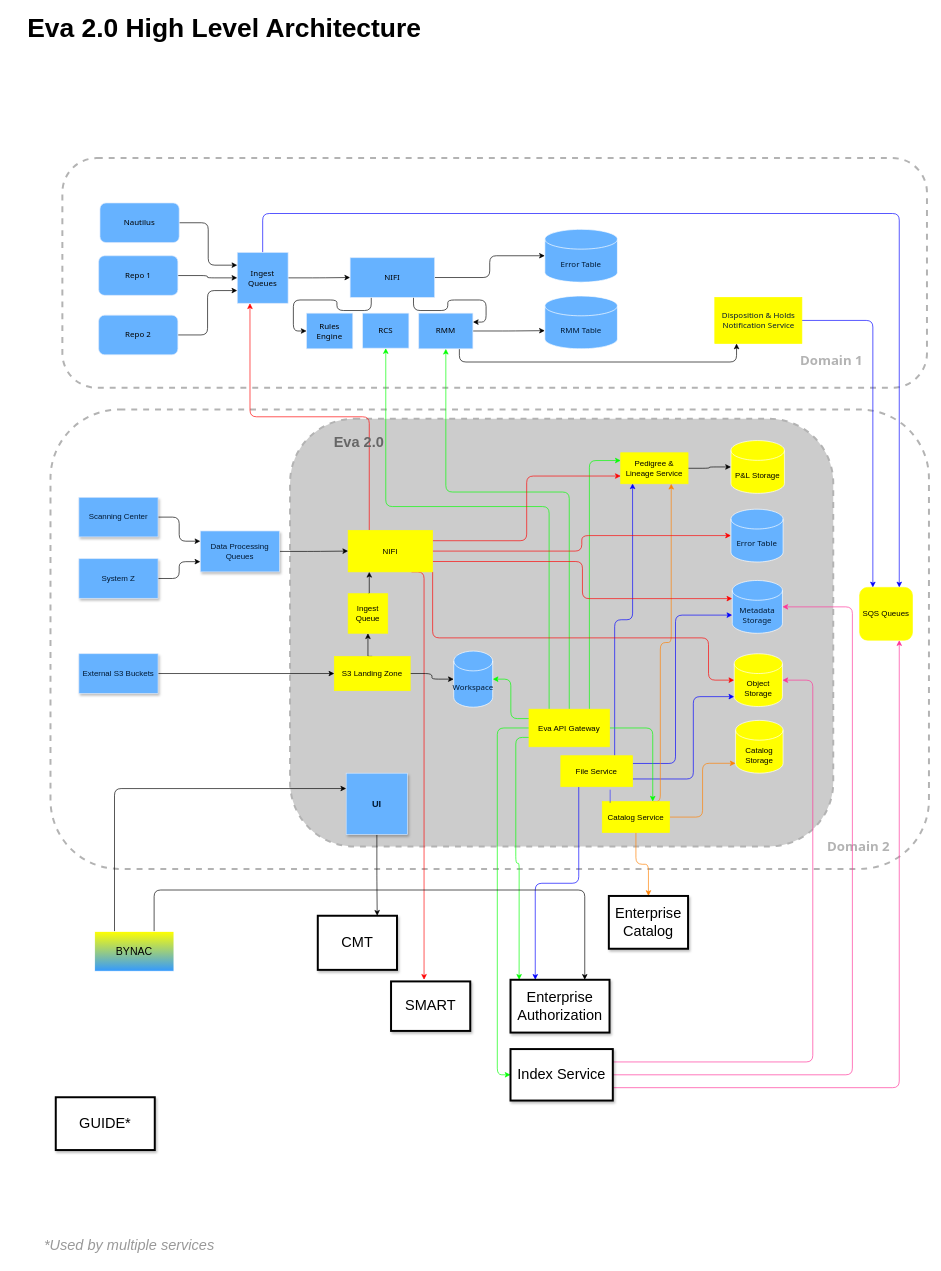
Earlier version of the draw.io diagram page "Copy of Eva 2.0 High Level" (2 of 6) of Drawings/MainArchitecture.drawio (flare891/rmslow). Source tidied: cells renumbered, new cells numbered last; positions are measured from the earlier drawing's top-left corner, leaving out a move shared by most shapes. Both pictures are drawn from the tidied source at 66%, with x=0, y=0 at pixel (11, 20).
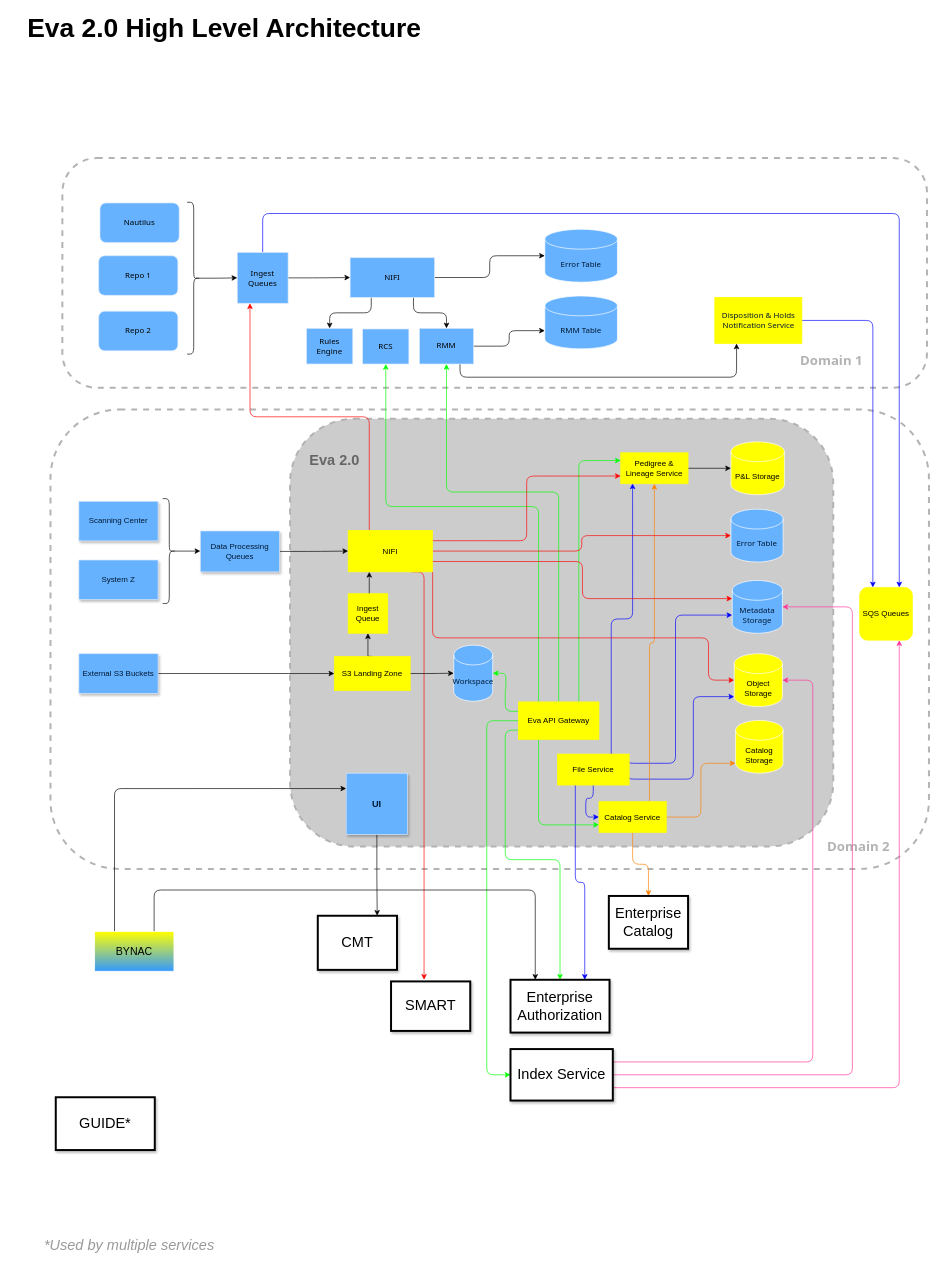
Above is the later version.

The change refers to these unchanged cells:
```xml
<mxCell id="6" value="Nautilus" style="rounded=1;whiteSpace=wrap;html=1;fontSize=12;fontStyle=0;fontFamily=Tahoma;strokeColor=#DAE8FC;fillColor=#66B2FF;" parent="1" vertex="1">
  <mxGeometry x="134" y="276" width="120" height="60" as="geometry" />
</mxCell>
<mxCell id="8" value="Repo 1" style="rounded=1;whiteSpace=wrap;html=1;fontSize=12;fontStyle=0;fontFamily=Tahoma;strokeColor=#DAE8FC;fillColor=#66B2FF;" parent="1" vertex="1">
  <mxGeometry x="132" y="356" width="120" height="60" as="geometry" />
</mxCell>
<mxCell id="14" value="&lt;font color=&quot;#000000&quot;&gt;Ingest&lt;br style=&quot;font-size: 12px&quot;&gt;Queues&lt;/font&gt;" style="whiteSpace=wrap;html=1;fontSize=12;fontStyle=0;fontColor=#0000FF;fontFamily=Tahoma;strokeColor=#DAE8FC;fillColor=#66B2FF;" parent="1" vertex="1">
  <mxGeometry x="342" y="351" width="77" height="77" as="geometry" />
</mxCell>
<mxCell id="18" value="NIFI" style="rounded=0;whiteSpace=wrap;html=1;fontStyle=0;fontFamily=Tahoma;strokeColor=#DAE8FC;fontSize=12;fillColor=#66B2FF;" parent="1" vertex="1">
  <mxGeometry x="513" y="359" width="128" height="60" as="geometry" />
</mxCell>
<mxCell id="52" value="Data Processing Queues" style="rounded=0;whiteSpace=wrap;html=1;fontStyle=0;strokeColor=#DAE8FC;fontFamily=Helvetica;fontColor=#001933;shadow=1;fillColor=#66B2FF;" parent="1" vertex="1">
  <mxGeometry x="286" y="773" width="120" height="62" as="geometry" />
</mxCell>
<mxCell id="72" value="Pedigree &amp;amp; Lineage Service" style="rounded=0;whiteSpace=wrap;html=1;fillColor=#FFFF00;strokeColor=#FFFF00;" parent="1" vertex="1">
  <mxGeometry x="923" y="654.5" width="102" height="47" as="geometry" />
</mxCell>
<mxCell id="83" value="Index Service" style="rounded=0;whiteSpace=wrap;html=1;shadow=1;strokeWidth=3;fontFamily=Helvetica;fontSize=22;" parent="1" vertex="1">
  <mxGeometry x="756" y="1558" width="155" height="78" as="geometry" />
</mxCell>
<mxCell id="84" value="Enterprise Authorization" style="rounded=0;whiteSpace=wrap;html=1;shadow=1;strokeWidth=3;fontFamily=Helvetica;fontSize=22;" parent="1" vertex="1">
  <mxGeometry x="756" y="1453" width="150" height="80" as="geometry" />
</mxCell>
<mxCell id="92" value="BYNAC" style="rounded=0;whiteSpace=wrap;html=1;fillColor=#FFFF00;fontSize=16;fontColor=#000000;align=center;strokeColor=#FFFFFF;gradientColor=#3399FF;" parent="1" vertex="1">
  <mxGeometry x="126" y="1380" width="120" height="60" as="geometry" />
</mxCell>
```

Change to the diagram source:
```diff
@@
-    <mxCell id="5" style="edgeStyle=orthogonalEdgeStyle;rounded=1;jettySize=auto;html=1;exitX=1;exitY=0.5;exitDx=0;exitDy=0;entryX=0;entryY=0.25;entryDx=0;entryDy=0;strokeColor=#000000;" parent="1" edge="1" source="6" target="14">
-      <mxGeometry relative="1" as="geometry" />
-    </mxCell>
@@
-    <mxCell id="7" style="edgeStyle=orthogonalEdgeStyle;rounded=1;jettySize=auto;html=1;exitX=1;exitY=0.5;exitDx=0;exitDy=0;entryX=0;entryY=0.5;entryDx=0;entryDy=0;strokeColor=#000000;" parent="1" edge="1" source="8" target="14">
-      <mxGeometry relative="1" as="geometry" />
-    </mxCell>
@@
-    <mxCell id="9" style="edgeStyle=orthogonalEdgeStyle;rounded=1;jettySize=auto;html=1;exitX=1;exitY=0.5;exitDx=0;exitDy=0;entryX=0;entryY=0.75;entryDx=0;entryDy=0;strokeColor=#000000;" parent="1" edge="1" source="10" target="14">
-      <mxGeometry relative="1" as="geometry" />
-    </mxCell>
     <mxCell id="10" value="Repo 2" style="rounded=1;whiteSpace=wrap;html=1;fontSize=12;fontStyle=0;fontFamily=Tahoma;strokeColor=#DAE8FC;fillColor=#66B2FF;" parent="1" vertex="1">
-      <mxGeometry x="132" y="446" width="120" height="60" as="geometry" />
+      <mxGeometry x="132" y="440" width="120" height="60" as="geometry" />
     </mxCell>
@@
-    <mxCell id="16" style="edgeStyle=orthogonalEdgeStyle;rounded=1;jettySize=auto;html=1;exitX=0.25;exitY=1;exitDx=0;exitDy=0;entryX=0;entryY=0.5;entryDx=0;entryDy=0;strokeColor=#000000;" parent="1" edge="1" source="18" target="36">
+    <mxCell id="16" style="edgeStyle=orthogonalEdgeStyle;rounded=1;jettySize=auto;html=1;exitX=0.25;exitY=1;exitDx=0;exitDy=0;entryX=0.5;entryY=0;entryDx=0;entryDy=0;strokeColor=#000000;" parent="1" edge="1" source="18" target="36">
       <mxGeometry relative="1" as="geometry" />
     </mxCell>
-    <mxCell id="17" style="edgeStyle=orthogonalEdgeStyle;rounded=1;jettySize=auto;html=1;exitX=0.75;exitY=1;exitDx=0;exitDy=0;entryX=1;entryY=0.25;entryDx=0;entryDy=0;strokeColor=#000000;" parent="1" edge="1" source="18" target="40">
+    <mxCell id="17" style="edgeStyle=orthogonalEdgeStyle;rounded=1;jettySize=auto;html=1;exitX=0.75;exitY=1;exitDx=0;exitDy=0;entryX=0.5;entryY=0;entryDx=0;entryDy=0;strokeColor=#000000;" parent="1" edge="1" source="18" target="40">
       <mxGeometry relative="1" as="geometry" />
     </mxCell>
@@
-    <mxCell id="20" style="edgeStyle=orthogonalEdgeStyle;rounded=1;jettySize=auto;html=1;exitX=0.25;exitY=1;exitDx=0;exitDy=0;entryX=0.25;entryY=0;entryDx=0;entryDy=0;strokeColor=#0000FF;" parent="1" edge="1" source="23" target="84">
+    <mxCell id="20" style="edgeStyle=orthogonalEdgeStyle;rounded=1;jettySize=auto;html=1;exitX=0.25;exitY=1;exitDx=0;exitDy=0;entryX=0.75;entryY=0;entryDx=0;entryDy=0;strokeColor=#0000FF;" parent="1" edge="1" source="23" target="84">
       <mxGeometry relative="1" as="geometry" />
     </mxCell>
@@
+    <mxCell id="93" style="edgeStyle=orthogonalEdgeStyle;rounded=1;jettySize=auto;html=1;exitX=0.5;exitY=1;exitDx=0;exitDy=0;entryX=0;entryY=0.5;entryDx=0;entryDy=0;strokeColor=#0000FF;" parent="1" edge="1" source="23" target="35">
+      <mxGeometry relative="1" as="geometry" />
+    </mxCell>
     <mxCell id="23" value="File Service" style="rounded=0;whiteSpace=wrap;html=1;strokeColor=#FFFF00;fillColor=#FFFF00;" parent="1" vertex="1">
-      <mxGeometry x="832.2" y="1113.5" width="108.8" height="47" as="geometry" />
+      <mxGeometry x="827" y="1111" width="108.8" height="47" as="geometry" />
     </mxCell>
-    <mxCell id="24" style="edgeStyle=orthogonalEdgeStyle;rounded=1;jettySize=auto;html=1;exitX=0;exitY=0.75;exitDx=0;exitDy=0;entryX=0.087;entryY=0;entryDx=0;entryDy=0;entryPerimeter=0;strokeColor=#00FF00;" parent="1" edge="1" source="31" target="84">
+    <mxCell id="24" style="edgeStyle=orthogonalEdgeStyle;rounded=1;jettySize=auto;html=1;exitX=0;exitY=0.75;exitDx=0;exitDy=0;entryX=0.5;entryY=0;entryDx=0;entryDy=0;strokeColor=#00FF00;" parent="1" edge="1" source="31" target="84">
       <mxGeometry relative="1" as="geometry" />
     </mxCell>
     <mxCell id="25" style="edgeStyle=orthogonalEdgeStyle;rounded=1;jettySize=auto;html=1;exitX=0;exitY=0.5;exitDx=0;exitDy=0;entryX=0;entryY=0.5;entryDx=0;entryDy=0;strokeColor=#00FF00;" parent="1" edge="1" source="31" target="83">
-      <mxGeometry relative="1" as="geometry" />
+      <mxGeometry relative="1" as="geometry">
+        <Array as="points">
+          <mxPoint x="720" y="1061" />
+          <mxPoint x="720" y="1597" />
+        </Array>
+      </mxGeometry>
     </mxCell>
@@
     <mxCell id="27" style="edgeStyle=orthogonalEdgeStyle;rounded=1;jettySize=auto;html=1;exitX=0.25;exitY=0;exitDx=0;exitDy=0;entryX=0.5;entryY=1;entryDx=0;entryDy=0;strokeColor=#00FF00;" parent="1" edge="1" source="31" target="37">
       <mxGeometry relative="1" as="geometry">
         <Array as="points">
-          <mxPoint x="815" y="736" />
+          <mxPoint x="799" y="736" />
           <mxPoint x="567" y="736" />
         </Array>
       </mxGeometry>
     </mxCell>
     <mxCell id="28" style="edgeStyle=orthogonalEdgeStyle;rounded=1;jettySize=auto;html=1;exitX=0.5;exitY=0;exitDx=0;exitDy=0;entryX=0.5;entryY=1;entryDx=0;entryDy=0;strokeColor=#00FF00;" parent="1" edge="1" source="31" target="40">
       <mxGeometry relative="1" as="geometry">
         <Array as="points">
-          <mxPoint x="845" y="714" />
-          <mxPoint x="658" y="714" />
+          <mxPoint x="829" y="714" />
+          <mxPoint x="659" y="714" />
         </Array>
       </mxGeometry>
     </mxCell>
@@
-    <mxCell id="30" style="edgeStyle=orthogonalEdgeStyle;rounded=1;jettySize=auto;html=1;exitX=1;exitY=0.5;exitDx=0;exitDy=0;entryX=0.75;entryY=0;entryDx=0;entryDy=0;strokeColor=#00FF00;" parent="1" edge="1" source="31" target="35">
+    <mxCell id="30" style="edgeStyle=orthogonalEdgeStyle;rounded=1;jettySize=auto;html=1;exitX=0.25;exitY=1;exitDx=0;exitDy=0;entryX=0;entryY=0.75;entryDx=0;entryDy=0;strokeColor=#00FF00;" parent="1" edge="1" source="31" target="35">
       <mxGeometry relative="1" as="geometry" />
     </mxCell>
     <mxCell id="31" value="Eva API Gateway" style="rounded=0;whiteSpace=wrap;html=1;strokeColor=#FFFF00;fillColor=#FFFF00;" parent="1" vertex="1">
-      <mxGeometry x="784" y="1043" width="122" height="57" as="geometry" />
+      <mxGeometry x="768" y="1032" width="122" height="57" as="geometry" />
     </mxCell>
@@
-    <mxCell id="34" style="edgeStyle=orthogonalEdgeStyle;rounded=1;jettySize=auto;html=1;exitX=0.75;exitY=0;exitDx=0;exitDy=0;entryX=0.75;entryY=1;entryDx=0;entryDy=0;strokeColor=#FF8000;" parent="1" edge="1" source="35" target="72">
-      <mxGeometry relative="1" as="geometry">
-        <Array as="points">
-          <mxPoint x="983" y="1183" />
-          <mxPoint x="983" y="942" />
-          <mxPoint x="1000" y="942" />
-        </Array>
-      </mxGeometry>
+    <mxCell id="34" style="edgeStyle=orthogonalEdgeStyle;rounded=1;jettySize=auto;html=1;exitX=0.75;exitY=0;exitDx=0;exitDy=0;strokeColor=#FF8000;" parent="1" edge="1" source="35" target="72">
+      <mxGeometry relative="1" as="geometry" />
     </mxCell>
     <mxCell id="35" value="Catalog Service" style="rounded=0;whiteSpace=wrap;html=1;strokeColor=#FFFF00;fillColor=#FFFF00;" parent="1" vertex="1">
-      <mxGeometry x="895" y="1183" width="102" height="47" as="geometry" />
+      <mxGeometry x="890" y="1183" width="102" height="47" as="geometry" />
     </mxCell>
     <mxCell id="36" value="Rules Engine" style="rounded=0;whiteSpace=wrap;html=1;fontSize=12;fontStyle=0;fontFamily=Tahoma;strokeColor=#DAE8FC;fillColor=#66B2FF;" parent="1" vertex="1">
-      <mxGeometry x="447" y="443" width="70" height="54" as="geometry" />
+      <mxGeometry x="447" y="466" width="70" height="54" as="geometry" />
     </mxCell>
     <mxCell id="37" value="RCS" style="rounded=0;whiteSpace=wrap;html=1;fontSize=12;fontStyle=0;fontFamily=Tahoma;strokeColor=#DAE8FC;fillColor=#66B2FF;" parent="1" vertex="1">
-      <mxGeometry x="532" y="443" width="70" height="53" as="geometry" />
+      <mxGeometry x="532" y="467" width="70" height="53" as="geometry" />
     </mxCell>
@@
     <mxCell id="40" value="RMM" style="rounded=0;whiteSpace=wrap;html=1;fontSize=12;fontStyle=0;fontFamily=Tahoma;strokeColor=#DAE8FC;fillColor=#66B2FF;" parent="1" vertex="1">
-      <mxGeometry x="617" y="443" width="82" height="54" as="geometry" />
+      <mxGeometry x="618" y="466" width="82" height="54" as="geometry" />
     </mxCell>
@@
-    <mxCell id="44" style="edgeStyle=orthogonalEdgeStyle;rounded=1;jettySize=auto;html=1;exitX=1;exitY=0.5;exitDx=0;exitDy=0;entryX=0;entryY=0.25;entryDx=0;entryDy=0;strokeColor=#000000;" parent="1" edge="1" source="45" target="52">
-      <mxGeometry relative="1" as="geometry" />
-    </mxCell>
     <mxCell id="45" value="Scanning Center" style="rounded=0;whiteSpace=wrap;html=1;fontFamily=Helvetica;fontSize=12;shadow=1;fontStyle=0;strokeColor=#DAE8FC;fontColor=#001933;fillColor=#66B2FF;" parent="1" vertex="1">
-      <mxGeometry x="102" y="722" width="120" height="60" as="geometry" />
+      <mxGeometry x="102" y="728" width="120" height="60" as="geometry" />
     </mxCell>
@@
-    <mxCell id="47" style="edgeStyle=orthogonalEdgeStyle;rounded=1;jettySize=auto;html=1;exitX=1;exitY=0.5;exitDx=0;exitDy=0;entryX=0;entryY=0.75;entryDx=0;entryDy=0;strokeColor=#000000;" parent="1" edge="1" source="48" target="52">
-      <mxGeometry relative="1" as="geometry" />
-    </mxCell>
     <mxCell id="48" value="System Z" style="rounded=0;whiteSpace=wrap;html=1;fontFamily=Helvetica;fontSize=12;shadow=1;fontStyle=0;strokeColor=#DAE8FC;fontColor=#001933;fillColor=#66B2FF;" parent="1" vertex="1">
-      <mxGeometry x="102" y="815" width="120" height="60" as="geometry" />
+      <mxGeometry x="102" y="817" width="120" height="60" as="geometry" />
     </mxCell>
@@
     <mxCell id="65" value="&lt;font style=&quot;font-size: 12px&quot;&gt;Workspace&lt;/font&gt;" style="shape=cylinder3;whiteSpace=wrap;html=1;boundedLbl=1;backgroundOutline=1;size=15;fontFamily=Tahoma;fontSize=12;fontColor=#001933;fontStyle=0;strokeColor=#FFFFFF;fillColor=#66B2FF;" parent="1" vertex="1">
-      <mxGeometry x="670" y="955" width="59" height="85" as="geometry" />
+      <mxGeometry x="670" y="946" width="59" height="85" as="geometry" />
     </mxCell>
@@
     <mxCell id="70" value="P&amp;amp;L Storage" style="shape=cylinder3;whiteSpace=wrap;html=1;boundedLbl=1;backgroundOutline=1;size=15;fontFamily=Helvetica;fontSize=12;fontColor=#000000;fillColor=#FFFF00;rounded=0;strokeColor=#FFFFFF;" parent="1" vertex="1">
-      <mxGeometry x="1090" y="636" width="81" height="80" as="geometry" />
+      <mxGeometry x="1090" y="638" width="81" height="80" as="geometry" />
     </mxCell>
@@
     <mxCell id="77" value="Eva 2.0" style="text;html=1;align=center;verticalAlign=middle;fillColor=none;strokeColor=none;rounded=0;fontFamily=Helvetica;fontSize=22;fontStyle=1;fontColor=#666666;" parent="1" vertex="1">
-      <mxGeometry x="483" y="625" width="86" height="30" as="geometry" />
+      <mxGeometry x="446" y="652" width="86" height="30" as="geometry" />
     </mxCell>
@@
-    <mxCell id="88" style="line;strokeWidth=1;direction=south;html=1;rounded=1;fillColor=#ffffff;fontFamily=Helvetica;fontSize=22;fontColor=#999999;verticalAlign=middle;strokeColor=#3333FF;endFill=0;" parent="1" vertex="1">
-      <mxGeometry x="902" y="1165" width="10" height="20" as="geometry" />
-    </mxCell>
@@
-    <mxCell id="91" style="edgeStyle=orthogonalEdgeStyle;rounded=1;jettySize=auto;html=1;exitX=0.75;exitY=0;exitDx=0;exitDy=0;entryX=0.75;entryY=0;entryDx=0;entryDy=0;" parent="1" edge="1" source="92" target="84">
+    <mxCell id="91" style="edgeStyle=orthogonalEdgeStyle;rounded=1;jettySize=auto;html=1;exitX=0.75;exitY=0;exitDx=0;exitDy=0;entryX=0.25;entryY=0;entryDx=0;entryDy=0;" parent="1" edge="1" source="92" target="84">
       <mxGeometry relative="1" as="geometry">
         <Array as="points">
           <mxPoint x="216" y="1317" />
-          <mxPoint x="869" y="1317" />
+          <mxPoint x="794" y="1317" />
         </Array>
       </mxGeometry>
     </mxCell>
@@
+    <mxCell id="94" style="edgeStyle=orthogonalEdgeStyle;rounded=1;jettySize=auto;html=1;exitX=0.1;exitY=0.5;exitDx=0;exitDy=0;exitPerimeter=0;entryX=0;entryY=0.5;entryDx=0;entryDy=0;strokeColor=#000000;" parent="1" edge="1" source="95" target="52">
+      <mxGeometry relative="1" as="geometry" />
+    </mxCell>
+    <mxCell id="95" style="shape=curlyBracket;whiteSpace=wrap;html=1;rounded=1;rotation=-180;" parent="1" vertex="1">
+      <mxGeometry x="229" y="724" width="20" height="159" as="geometry" />
+    </mxCell>
+    <mxCell id="96" style="edgeStyle=orthogonalEdgeStyle;rounded=1;jettySize=auto;html=1;exitX=0.1;exitY=0.5;exitDx=0;exitDy=0;exitPerimeter=0;entryX=0;entryY=0.5;entryDx=0;entryDy=0;strokeColor=#000000;" parent="1" edge="1" source="97" target="14">
+      <mxGeometry relative="1" as="geometry" />
+    </mxCell>
+    <mxCell id="97" style="shape=curlyBracket;whiteSpace=wrap;html=1;rounded=1;rotation=-180;" parent="1" vertex="1">
+      <mxGeometry x="266" y="275" width="20" height="230" as="geometry" />
+    </mxCell>
```
